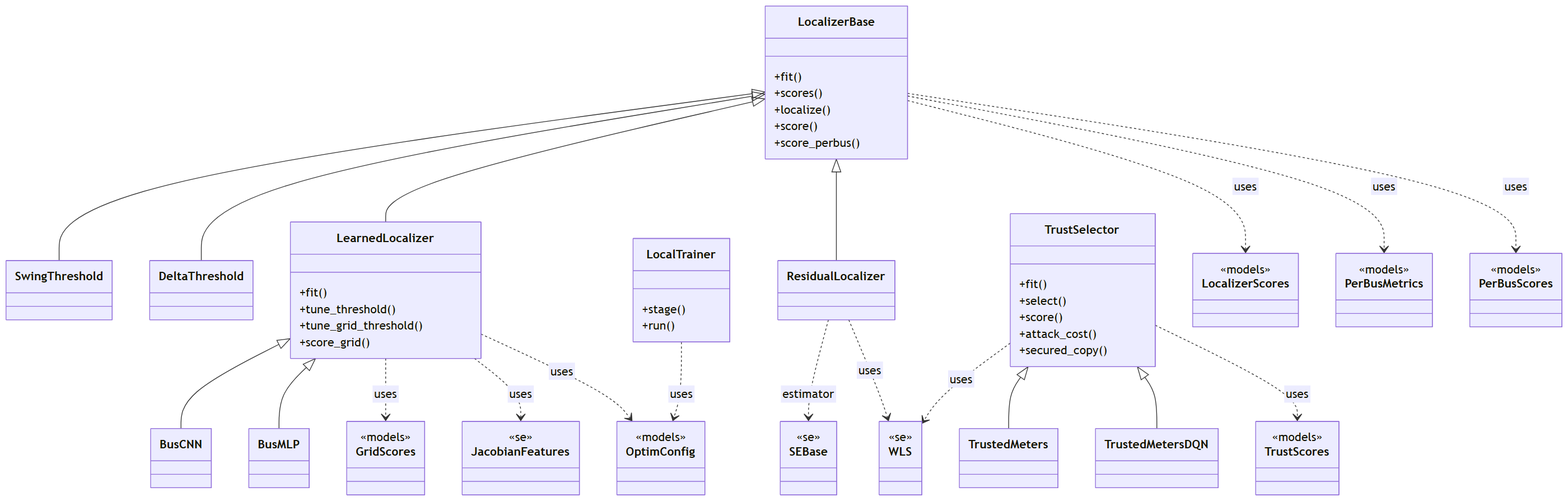
This is docs/figures/diagrams/classes_localization_trust.png from myersben9/fdia-graph, a Mermaid export, as it was before one commit. Its source is kept beside it as docs/figures/diagrams/classes_localization_trust.mmd.
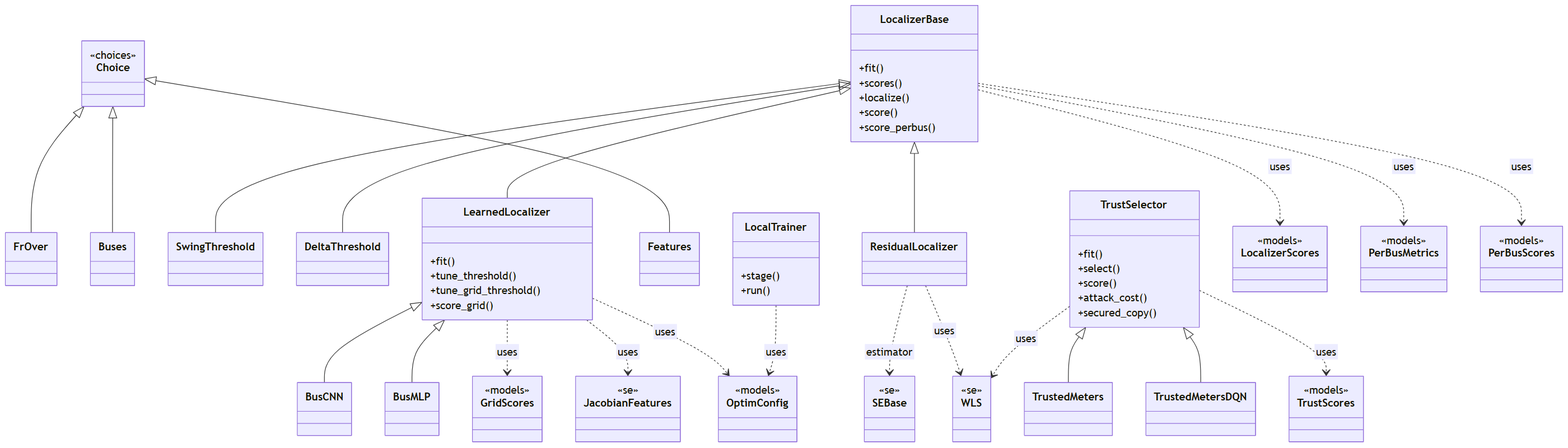
After the change.

What changed in the source:
```diff
@@ -1,4 +1,8 @@
 classDiagram
+    class FrOver {
+    }
+    class Buses {
+    }
     class LocalizerBase {
         +fit()
         +scores()
@@ -11,6 +15,8 @@
     class DeltaThreshold {
     }
     class ResidualLocalizer {
+    }
+    class Features {
     }
     class LearnedLocalizer {
         +fit()
@@ -36,6 +42,9 @@
     class TrustedMeters {
     }
     class TrustedMetersDQN {
+    }
+    class Choice {
+        <<choices>>
     }
     class GridScores {
         <<models>>
@@ -64,6 +73,9 @@
     class WLS {
         <<se>>
     }
+    Choice <|-- Buses
+    Choice <|-- Features
+    Choice <|-- FrOver
     LearnedLocalizer <|-- BusCNN
     LearnedLocalizer <|-- BusMLP
     LocalizerBase <|-- DeltaThreshold
```
